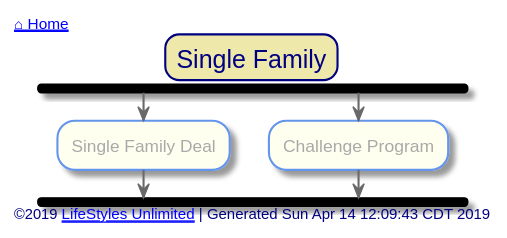
This is out/src/single-family/index.svg from toddmo/lifestylesunlimited, a PlantUML export, as it was before one commit. Source of this version:
```plantuml
@startuml index


skinparam {
  BorderColor Red
  PathHoverColor Blue
}

skinparam Title {
  FontColor Navy
  BackgroundColor PaleGoldenRod
  BorderColor Navy
  BorderRoundCorner 20
}

skinparam activity {
  BackgroundColor Ivory
  BorderColor CornflowerBlue
  FontColor DarkGray

  Arrow {
    Color dimgray
    FontColor dimgray
  }

  Start {
    Color Navy
  }

  End {
    Color Red
  }

  Diamond {
    BackgroundColor Ivory
    BorderColor CornflowerBlue
    FontColor DarkGray
  }

  BackgroundColor<< Exception >> Red
	BorderColor<< Exception >> White
}

skinparam Swimlane {
  BorderColor CornflowerBlue
}

skinparam Partition {
  BackgroundColor DarkSeaGreen
  BorderColor CornflowerBlue
  BorderThickness 1
  FontColor White
  FontSize 16
}
skinparam Note {
  BackgroundColor LightSteelBlue
  BorderColor CornflowerBlue
  FontColor White
}

skinparam Footer {
  FontColor Navy
}


left header
	<font color=Navy>[[../index.svg ⌂ Home]]</font>
endheader


	Title Single Family

	fork
		[[single-family-deal.svg]]:Single Family Deal;
	fork again
		[[challenge-program.svg]]:Challenge Program;
	end fork


left footer
	©2019 [[http://www.lifestylesunlimited.com LifeStyles Unlimited]] | Generated Sun Apr 14 12:09:43 CDT 2019
endfooter


@enduml
```
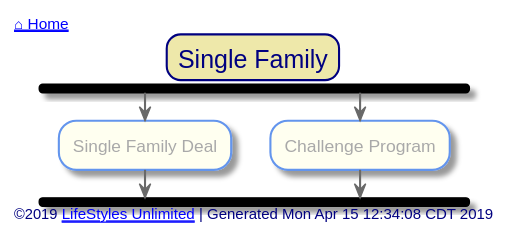
After the change.

Diff of the diagram source:
```diff
@@ -78,7 +78,7 @@
 
 
 left footer
-	©2019 [[http://www.lifestylesunlimited.com LifeStyles Unlimited]] | Generated Sun Apr 14 12:09:43 CDT 2019
+	©2019 [[http://www.lifestylesunlimited.com LifeStyles Unlimited]] | Generated Mon Apr 15 12:34:08 CDT 2019
 endfooter
 
 
```
